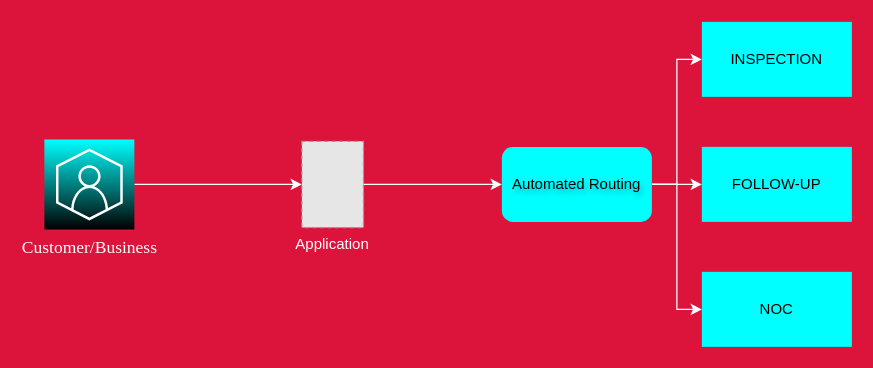
Above: Untitled Diagram.drawio in Codeboi007/Tooeasy (draw.io), before the change. Source tidied: cells renumbered, new cells numbered last; positions are measured from the earlier drawing's top-left corner, leaving out a move shared by most shapes. Both pictures are drawn from the tidied source at 125%, with x=0, y=0 at pixel (44, 21). Pictures stored in the file or linked from it are replaced by grey dashed boxes.
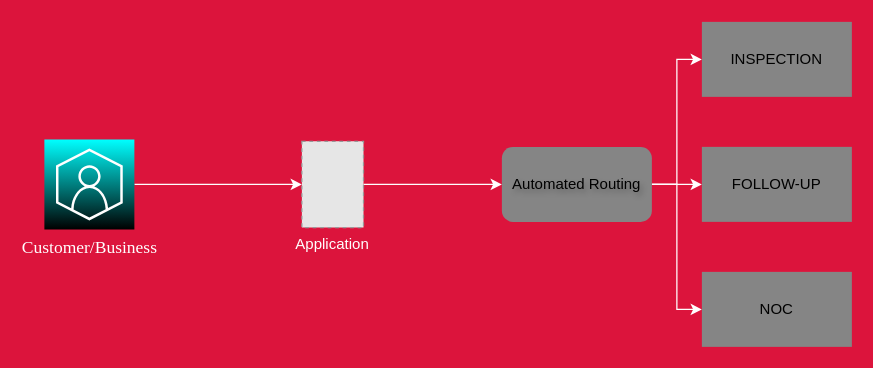
The same diagram, later.

The edit, as a diff of the source:
```diff
@@
 <mxGraphModel background="#DC143C">
   <root>
     <mxCell id="0" />
     <mxCell id="1" parent="0" />
     <mxCell id="2" style="edgeStyle=orthogonalEdgeStyle;rounded=0;jettySize=auto;html=1;exitX=1;exitY=0.5;exitDx=0;exitDy=0;exitPerimeter=0;entryX=0;entryY=0.5;entryDx=0;entryDy=0;fontColor=#000000;strokeColor=#ffffff;curved=0;" parent="1" edge="1" source="11" target="12">
       <mxGeometry relative="1" as="geometry" />
     </mxCell>
     <mxCell id="3" style="edgeStyle=orthogonalEdgeStyle;rounded=0;jettySize=auto;html=1;exitX=1;exitY=0.5;exitDx=0;exitDy=0;entryX=0;entryY=0.5;entryDx=0;entryDy=0;fontColor=#ffffff;strokeColor=#ffffff;" parent="1" edge="1" source="6" target="8">
       <mxGeometry relative="1" as="geometry" />
     </mxCell>
     <mxCell id="4" style="edgeStyle=orthogonalEdgeStyle;rounded=0;jettySize=auto;html=1;exitX=1;exitY=0.5;exitDx=0;exitDy=0;entryX=0;entryY=0.5;entryDx=0;entryDy=0;fontColor=#ffffff;strokeColor=#ffffff;" parent="1" edge="1" source="6" target="7">
       <mxGeometry relative="1" as="geometry" />
     </mxCell>
     <mxCell id="5" style="edgeStyle=orthogonalEdgeStyle;rounded=0;jettySize=auto;html=1;exitX=1;exitY=0.5;exitDx=0;exitDy=0;entryX=0;entryY=0.5;entryDx=0;entryDy=0;fontColor=#ffffff;strokeColor=#ffffff;" parent="1" edge="1" source="6" target="9">
       <mxGeometry relative="1" as="geometry" />
     </mxCell>
-    <mxCell id="6" value="Automated Routing" style="rounded=1;whiteSpace=wrap;html=1;textShadow=1;labelBackgroundColor=none;labelBorderColor=none;strokeColor=none;fillStyle=auto;fillColor=#00FFFF;" parent="1" vertex="1">
+    <mxCell id="6" value="Automated Routing" style="rounded=1;whiteSpace=wrap;html=1;textShadow=1;labelBackgroundColor=none;labelBorderColor=none;strokeColor=none;fillStyle=auto;fillColor=#858585;" parent="1" vertex="1">
       <mxGeometry x="366" y="100" width="120" height="60" as="geometry" />
     </mxCell>
-    <mxCell id="7" value="FOLLOW-UP" style="shape=process;whiteSpace=wrap;html=1;backgroundOutline=1;fillColor=#00FFFF;strokeColor=none;" parent="1" vertex="1">
+    <mxCell id="7" value="FOLLOW-UP" style="shape=process;whiteSpace=wrap;html=1;backgroundOutline=1;fillColor=#858585;strokeColor=none;" parent="1" vertex="1">
       <mxGeometry x="526" y="100" width="120" height="60" as="geometry" />
     </mxCell>
-    <mxCell id="8" value="INSPECTION" style="shape=process;whiteSpace=wrap;html=1;backgroundOutline=1;fillColor=#00FFFF;strokeColor=none;" parent="1" vertex="1">
+    <mxCell id="8" value="INSPECTION" style="shape=process;whiteSpace=wrap;html=1;backgroundOutline=1;fillColor=#858585;strokeColor=none;" parent="1" vertex="1">
       <mxGeometry x="526" width="120" height="60" as="geometry" />
     </mxCell>
-    <mxCell id="9" value="NOC" style="shape=process;whiteSpace=wrap;html=1;backgroundOutline=1;fillColor=#00FFFF;strokeColor=none;" parent="1" vertex="1">
+    <mxCell id="9" value="NOC" style="shape=process;whiteSpace=wrap;html=1;backgroundOutline=1;fillColor=#858585;strokeColor=none;" parent="1" vertex="1">
       <mxGeometry x="526" y="200" width="120" height="60" as="geometry" />
     </mxCell>
     <mxCell id="10" style="edgeStyle=orthogonalEdgeStyle;rounded=0;jettySize=auto;html=1;exitX=1;exitY=0.5;exitDx=0;exitDy=0;entryX=0;entryY=0.5;entryDx=0;entryDy=0;strokeColor=#ffffff;" parent="1" edge="1" source="12" target="6">
       <mxGeometry relative="1" as="geometry" />
     </mxCell>
     <mxCell id="11" value="Customer/Business" style="sketch=0;points=[[0,0,0],[0.25,0,0],[0.5,0,0],[0.75,0,0],[1,0,0],[0,1,0],[0.25,1,0],[0.5,1,0],[0.75,1,0],[1,1,0],[0,0.25,0],[0,0.5,0],[0,0.75,0],[1,0.25,0],[1,0.5,0],[1,0.75,0]];outlineConnect=0;fontColor=#FFFFFF;fillColor=#00FFFF;strokeColor=#ffffff;dashed=0;verticalLabelPosition=bottom;verticalAlign=top;align=center;html=1;fontSize=14;fontStyle=0;shape=mxgraph.aws4.resourceIcon;resIcon=mxgraph.aws4.customer_enablement;fillStyle=auto;gradientColor=#000000;gradientDirection=south;fontFamily=Times New Roman;" parent="1" vertex="1">
       <mxGeometry y="94" width="72" height="72" as="geometry" />
     </mxCell>
     <mxCell id="12" value="Application" style="fillColor=#E6E6E6;strokeColor=#999999;dashed=1;verticalLabelPosition=bottom;labelBackgroundColor=none;verticalAlign=top;fontColor=#FFFFFF;" parent="1" vertex="1">
       <mxGeometry x="206" y="95.5" width="49.3" height="69" as="geometry" />
     </mxCell>
   </root>
 </mxGraphModel>
```
